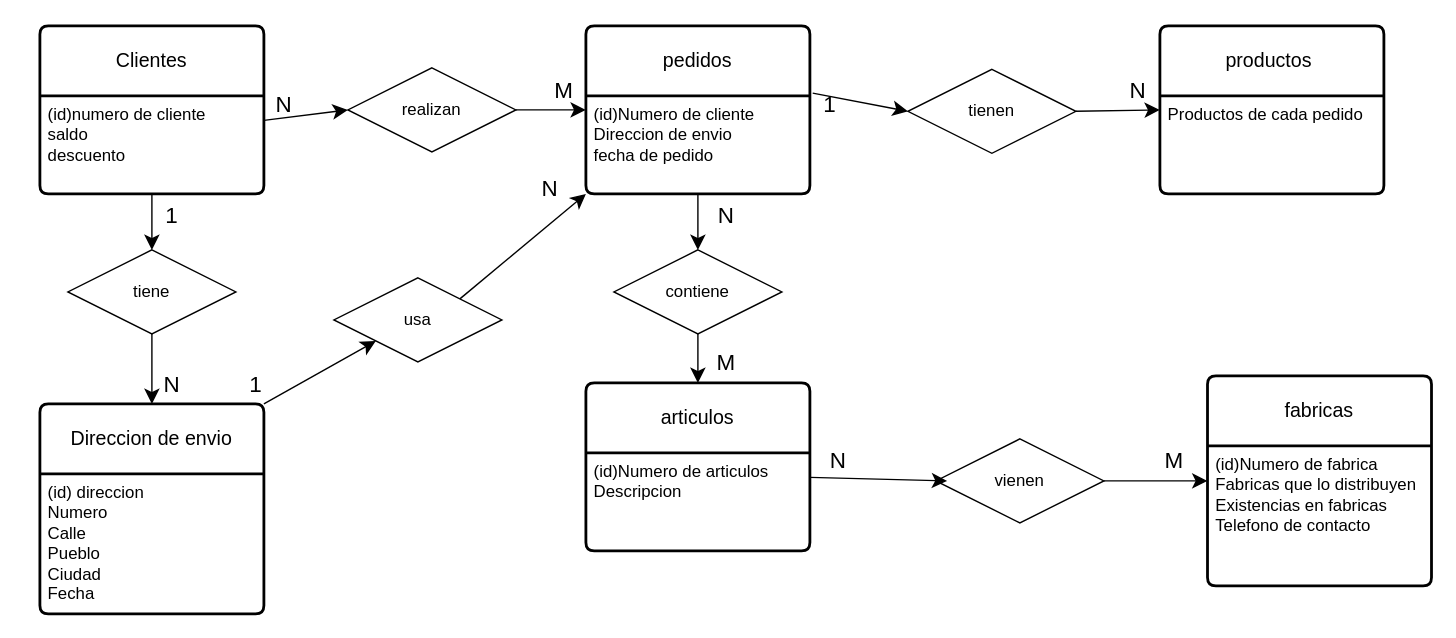
The draw.io diagram Tarea_Base_de_datos/Tema1/Diagrama ejercicio10.drawio in fernandezortaalex/Tarea, before the edit. Source tidied: cells renumbered, new cells numbered last; positions are measured from the earlier drawing's top-left corner, leaving out a move shared by most shapes. Both pictures are drawn from the tidied source at 140%, with x=0, y=0 at pixel (39, 25).
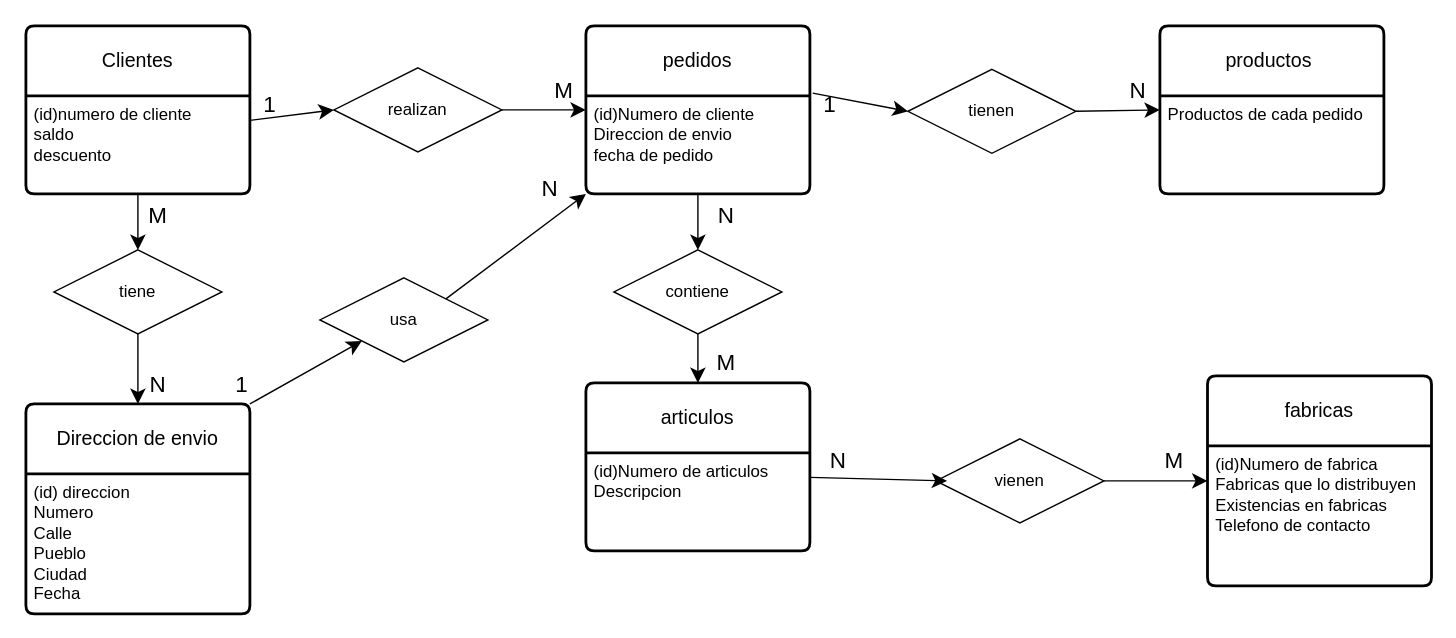
After the change.

The edit, as a diff of the source:
```diff
@@
     <mxCell id="2" value="Clientes" style="swimlane;horizontal=1;startSize=50;rounded=1;fontSize=14;fontStyle=0;strokeWidth=2;shadow=0;dashed=0;align=center;arcSize=4;whiteSpace=wrap;html=1;" parent="1" vertex="1">
-      <mxGeometry width="160" height="120" as="geometry" />
+      <mxGeometry x="-10" width="160" height="120" as="geometry" />
     </mxCell>
@@
     <mxCell id="9" value="Direccion de envio" style="swimlane;horizontal=1;startSize=50;rounded=1;fontSize=14;fontStyle=0;strokeWidth=2;shadow=0;dashed=0;align=center;arcSize=4;whiteSpace=wrap;html=1;" parent="1" vertex="1">
-      <mxGeometry y="270" width="160" height="150" as="geometry" />
+      <mxGeometry x="-10" y="270" width="160" height="150" as="geometry" />
     </mxCell>
@@
     <mxCell id="13" value="tiene" style="shape=rhombus;perimeter=rhombusPerimeter;whiteSpace=wrap;html=1;align=center;" parent="1" vertex="1">
-      <mxGeometry x="20" y="160" width="120" height="60" as="geometry" />
+      <mxGeometry x="10" y="160" width="120" height="60" as="geometry" />
     </mxCell>
@@
-    <mxCell id="15" value="1" style="text;html=1;align=center;verticalAlign=middle;strokeColor=none;fillColor=none;fontSize=16;" parent="1" vertex="1">
-      <mxGeometry x="79" y="120" width="30" height="30" as="geometry" />
+    <mxCell id="15" value="M" style="text;html=1;align=center;verticalAlign=middle;strokeColor=none;fillColor=none;fontSize=16;" parent="1" vertex="1">
+      <mxGeometry x="64" y="120" width="40" height="30" as="geometry" />
     </mxCell>
     <mxCell id="16" value="N" style="text;html=1;align=center;verticalAlign=middle;strokeColor=none;fillColor=none;fontSize=16;" parent="1" vertex="1">
-      <mxGeometry x="74" y="241" width="40" height="30" as="geometry" />
+      <mxGeometry x="64" y="241" width="40" height="30" as="geometry" />
     </mxCell>
@@
     <mxCell id="32" value="realizan" style="shape=rhombus;perimeter=rhombusPerimeter;whiteSpace=wrap;html=1;align=center;" parent="1" vertex="1">
-      <mxGeometry x="220" y="30" width="120" height="60" as="geometry" />
+      <mxGeometry x="210" y="30" width="120" height="60" as="geometry" />
     </mxCell>
@@
-    <mxCell id="34" value="N" style="text;html=1;align=center;verticalAlign=middle;strokeColor=none;fillColor=none;fontSize=16;" parent="1" vertex="1">
-      <mxGeometry x="154" y="41" width="40" height="30" as="geometry" />
+    <mxCell id="34" value="1" style="text;html=1;align=center;verticalAlign=middle;strokeColor=none;fillColor=none;fontSize=16;" parent="1" vertex="1">
+      <mxGeometry x="149" y="41" width="30" height="30" as="geometry" />
     </mxCell>
@@
     <mxCell id="42" value="usa" style="shape=rhombus;perimeter=rhombusPerimeter;whiteSpace=wrap;html=1;align=center;" parent="1" vertex="1">
-      <mxGeometry x="210" y="180" width="120" height="60" as="geometry" />
+      <mxGeometry x="200" y="180" width="120" height="60" as="geometry" />
     </mxCell>
@@
     <mxCell id="44" value="1" style="text;html=1;align=center;verticalAlign=middle;strokeColor=none;fillColor=none;fontSize=16;" parent="1" vertex="1">
-      <mxGeometry x="139" y="241" width="30" height="30" as="geometry" />
+      <mxGeometry x="129" y="241" width="30" height="30" as="geometry" />
     </mxCell>
```
